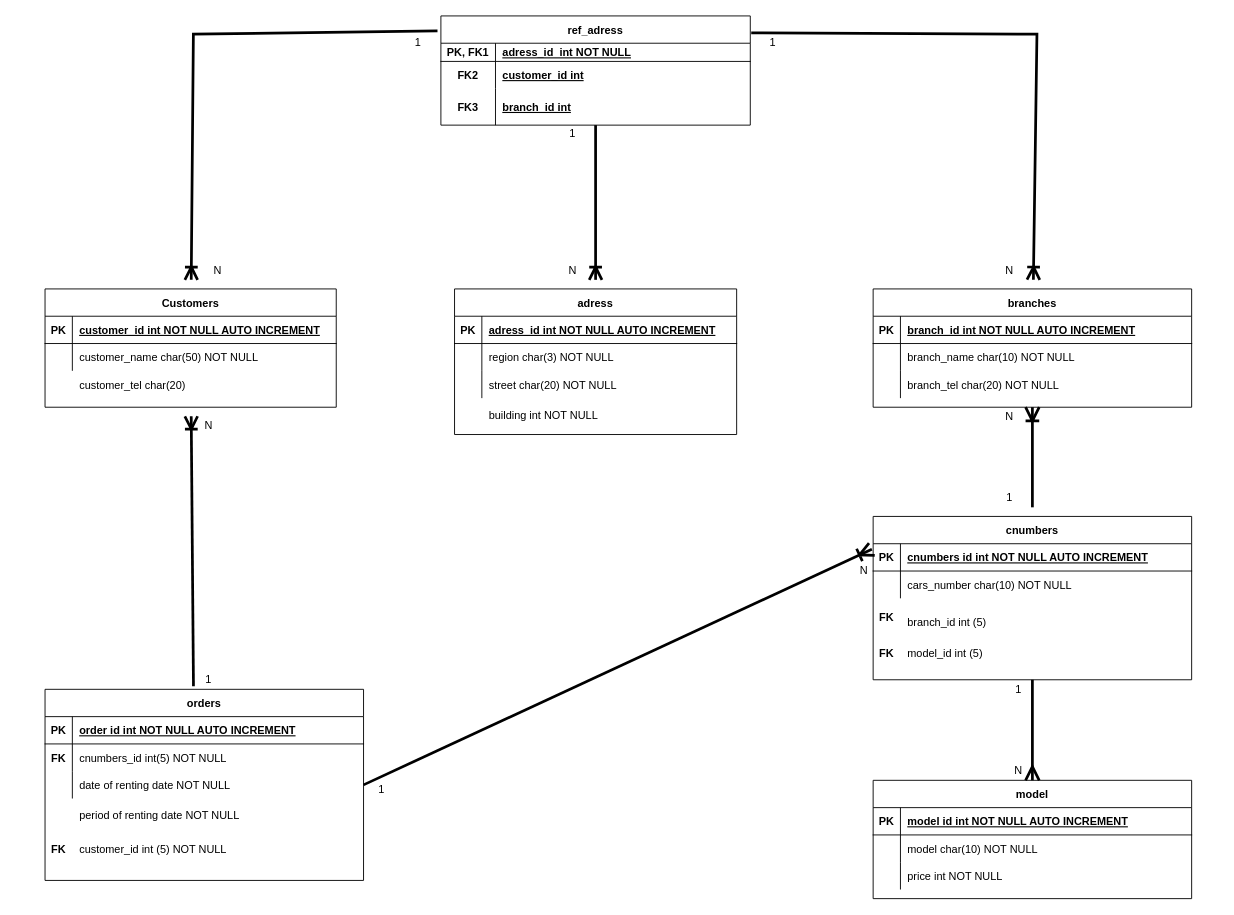
Earlier version of the draw.io diagram DB/proj.drawio (ho1331/python-education). Source tidied: cells renumbered, new cells numbered last; positions are measured from the earlier drawing's top-left corner, leaving out a move shared by most shapes. Both pictures are drawn from the tidied source at 91%, with x=0, y=0 at pixel (45, 15).
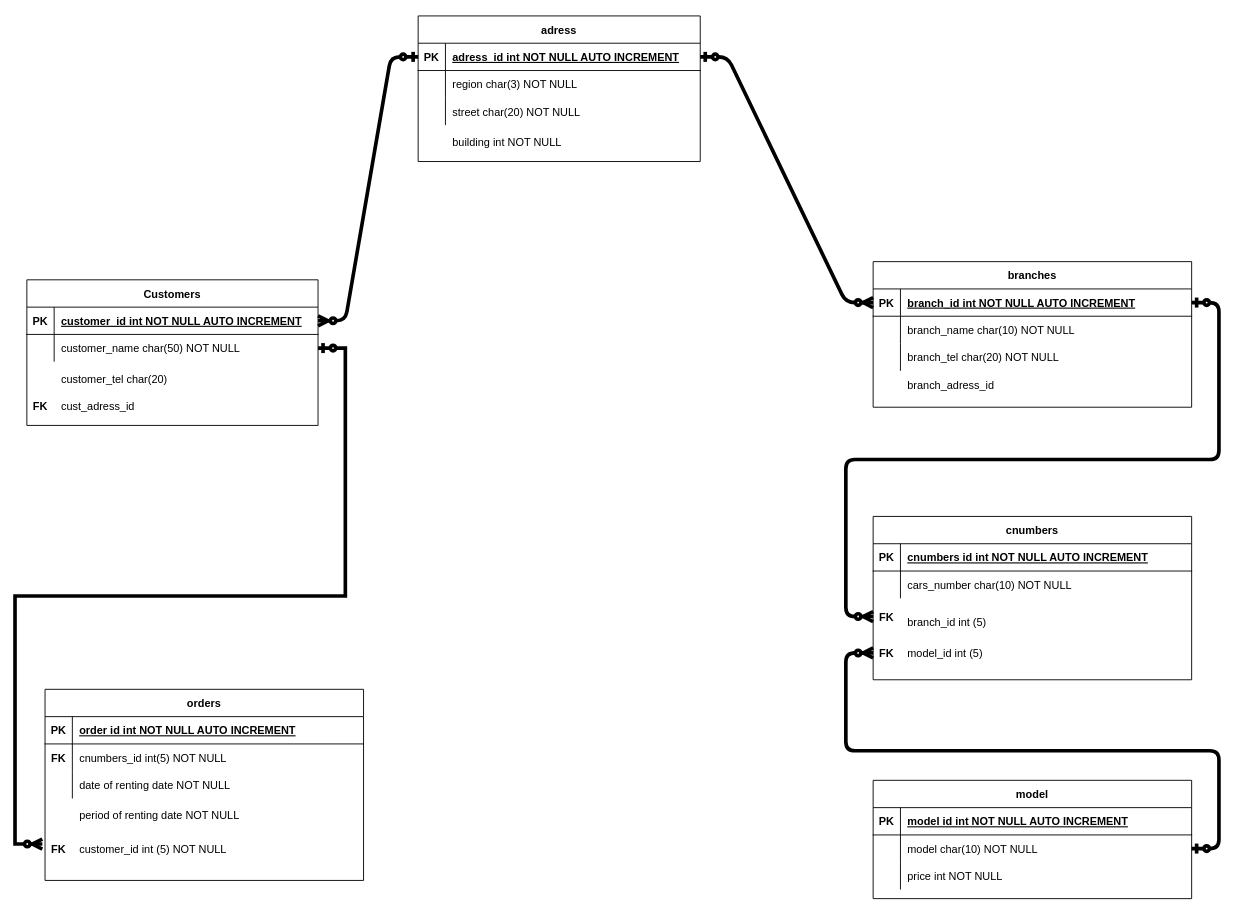
Above is the later version.

Unchanged cells that the change refers to:
```xml
<mxCell id="4" style="shape=partialRectangle;fillColor=none;points=[[0,0.5],[1,0.5]];portConstraint=eastwest;top=0;left=0;right=0;bottom=1;" parent="3" vertex="1">
  <mxGeometry y="30" width="350" height="30" as="geometry" />
</mxCell>
<mxCell id="25" style="shape=partialRectangle;fillColor=none;points=[[0,0.5],[1,0.5]];portConstraint=eastwest;top=0;left=0;right=0;bottom=1;" parent="24" vertex="1">
  <mxGeometry y="30" width="320" height="30" as="geometry" />
</mxCell>
<mxCell id="28" style="shape=partialRectangle;fillColor=none;points=[[0,0.5],[1,0.5]];portConstraint=eastwest;top=0;left=0;right=0;bottom=0;" parent="24" vertex="1">
  <mxGeometry y="60" width="320" height="30" as="geometry" />
</mxCell>
<mxCell id="34" value="model" style="shape=table;startSize=30;childLayout=tableLayout;rowLines=0;fontStyle=1;align=center;" parent="1" vertex="1">
  <mxGeometry x="910" y="840" width="350" height="130" as="geometry" />
</mxCell>
<mxCell id="38" style="shape=partialRectangle;fillColor=none;points=[[0,0.5],[1,0.5]];portConstraint=eastwest;top=0;left=0;right=0;bottom=0;" parent="34" vertex="1">
  <mxGeometry y="60" width="350" height="30" as="geometry" />
</mxCell>
<mxCell id="46" value="adress" style="shape=table;startSize=30;childLayout=tableLayout;rowLines=0;fontStyle=1;align=center;" parent="45" vertex="1">
  <mxGeometry width="310" height="160" as="geometry" />
</mxCell>
<mxCell id="47" style="shape=partialRectangle;fillColor=none;points=[[0,0.5],[1,0.5]];portConstraint=eastwest;top=0;left=0;right=0;bottom=1;" parent="46" vertex="1">
  <mxGeometry y="30" width="310" height="30" as="geometry" />
</mxCell>
<mxCell id="57" style="group;" parent="1" vertex="1">
  <mxGeometry x="910" y="550" width="350" height="290" as="geometry" />
</mxCell>
<mxCell id="58" style="group;" parent="57" vertex="1">
  <mxGeometry width="350" height="248.6" as="geometry" />
</mxCell>
<mxCell id="60" value="cnumbers" style="shape=table;startSize=30;childLayout=tableLayout;rowLines=0;fontStyle=1;align=center;" parent="59" vertex="1">
  <mxGeometry width="350" height="179.5" as="geometry" />
</mxCell>
<mxCell id="61" style="shape=partialRectangle;fillColor=none;points=[[0,0.5],[1,0.5]];portConstraint=eastwest;top=0;left=0;right=0;bottom=1;" parent="60" vertex="1">
  <mxGeometry y="30" width="350" height="30" as="geometry" />
</mxCell>
<mxCell id="75" value="orders" style="shape=table;startSize=30;childLayout=tableLayout;rowLines=0;fontStyle=1;align=center;" parent="74" vertex="1">
  <mxGeometry width="350" height="210" as="geometry" />
</mxCell>
<mxCell id="82" style="shape=partialRectangle;fillColor=none;points=[[0,0.5],[1,0.5]];portConstraint=eastwest;top=0;left=0;right=0;bottom=0;" parent="75" vertex="1">
  <mxGeometry y="90" width="350" height="30" as="geometry" />
</mxCell>
```

Diff of the diagram source:
```diff
@@
-    <mxCell id="2" style="edgeStyle=none;rounded=0;jumpSize=9;jettySize=auto;html=1;entryX=1.003;entryY=0.155;entryDx=0;entryDy=0;startArrow=ERoneToMany;startFill=0;endArrow=none;endFill=0;startSize=10;endSize=11;sourcePerimeterSpacing=10;targetPerimeterSpacing=10;strokeWidth=3;entryPerimeter=0;" parent="1" edge="1" source="3" target="13">
-      <mxGeometry relative="1" as="geometry">
-        <Array as="points">
-          <mxPoint x="1090" y="20" />
-        </Array>
-      </mxGeometry>
-    </mxCell>
     <mxCell id="3" value="branches" style="shape=table;startSize=30;childLayout=tableLayout;rowLines=0;fontStyle=1;align=center;" parent="1" vertex="1">
-      <mxGeometry x="910" y="300" width="350" height="130" as="geometry" />
+      <mxGeometry x="910" y="270" width="350" height="160" as="geometry" />
     </mxCell>
@@
-    <mxCell id="13" value="ref_adress" style="shape=table;startSize=30;childLayout=tableLayout;rowLines=0;fontStyle=1;align=center;" parent="1" vertex="1">
-      <mxGeometry x="435" width="340" height="120" as="geometry" />
-    </mxCell>
-    <mxCell id="14" style="shape=partialRectangle;fillColor=none;top=0;left=0;bottom=1;right=0;" parent="13" vertex="1">
-      <mxGeometry y="30" width="340" height="20" as="geometry" />
-    </mxCell>
-    <mxCell id="15" value="PK, FK1" style="shape=partialRectangle;fillColor=none;top=0;left=0;bottom=0;right=0;fontStyle=1;overflow=hidden;" parent="14" vertex="1">
-      <mxGeometry width="60" height="20" as="geometry" />
-    </mxCell>
-    <mxCell id="16" value="adress_id  int NOT NULL" style="shape=partialRectangle;fillColor=none;top=0;left=0;bottom=0;right=0;align=left;spacingLeft=6;fontStyle=5;overflow=hidden;" parent="14" vertex="1">
-      <mxGeometry x="60" width="280" height="20" as="geometry" />
-    </mxCell>
-    <mxCell id="17" style="shape=partialRectangle;fillColor=none;top=0;left=0;bottom=0;right=0;" parent="13" vertex="1">
-      <mxGeometry y="50" width="340" height="30" as="geometry" />
-    </mxCell>
-    <mxCell id="18" value="FK2" style="shape=partialRectangle;fillColor=none;top=0;left=0;bottom=0;right=0;fontStyle=1;overflow=hidden;" parent="17" vertex="1">
-      <mxGeometry width="60" height="30" as="geometry" />
-    </mxCell>
-    <mxCell id="19" value="customer_id int" style="shape=partialRectangle;fillColor=none;top=0;left=0;bottom=0;right=0;align=left;spacingLeft=6;fontStyle=5;overflow=hidden;" parent="17" vertex="1">
-      <mxGeometry x="60" width="280" height="30" as="geometry" />
-    </mxCell>
-    <mxCell id="20" style="shape=partialRectangle;fillColor=none;top=0;left=0;bottom=0;right=0;" parent="13" vertex="1">
-      <mxGeometry y="80" width="340" height="40" as="geometry" />
-    </mxCell>
-    <mxCell id="21" value="FK3" style="shape=partialRectangle;fillColor=none;top=0;left=0;bottom=0;right=0;overflow=hidden;fontStyle=1;" parent="20" vertex="1">
-      <mxGeometry width="60" height="40" as="geometry" />
-    </mxCell>
-    <mxCell id="22" value="branch_id int" style="shape=partialRectangle;fillColor=none;top=0;left=0;bottom=0;right=0;align=left;spacingLeft=6;overflow=hidden;fontStyle=5;" parent="20" vertex="1">
-      <mxGeometry x="60" width="280" height="40" as="geometry" />
-    </mxCell>
     <mxCell id="23" style="group;" parent="1" vertex="1">
-      <mxGeometry y="300" width="320" height="130" as="geometry" />
+      <mxGeometry x="-20" y="290" width="320" height="160" as="geometry" />
     </mxCell>
     <mxCell id="24" value="Customers" style="shape=table;startSize=30;childLayout=tableLayout;rowLines=0;fontStyle=1;align=center;" parent="23" vertex="1">
-      <mxGeometry width="320" height="130" as="geometry" />
+      <mxGeometry width="320" height="160" as="geometry" />
     </mxCell>
@@
     <mxCell id="31" style="shape=partialRectangle;fillColor=none;top=0;left=0;right=0;bottom=0;" parent="23" vertex="1">
-      <mxGeometry y="90" width="320" height="30" as="geometry" />
+      <mxGeometry y="90" width="320" height="36.9" as="geometry" />
     </mxCell>
     <mxCell id="32" style="shape=partialRectangle;overflow=hidden;fillColor=none;top=0;left=0;bottom=0;right=0;" parent="31" vertex="1">
-      <mxGeometry width="30" height="30" as="geometry" />
+      <mxGeometry width="30" height="36.9" as="geometry" />
     </mxCell>
     <mxCell id="33" value="customer_tel char(20)" style="shape=partialRectangle;overflow=hidden;fillColor=none;top=0;left=0;bottom=0;right=0;align=left;spacingLeft=6;" parent="31" vertex="1">
-      <mxGeometry x="30" width="290" height="30" as="geometry" />
+      <mxGeometry x="30" width="290" height="36.9" as="geometry" />
     </mxCell>
+    <mxCell id="106" style="shape=partialRectangle;fillColor=none;top=0;left=0;right=0;bottom=0;" parent="23" vertex="1">
+      <mxGeometry y="120" width="320" height="36.9" as="geometry" />
+    </mxCell>
+    <mxCell id="107" style="shape=partialRectangle;overflow=hidden;fillColor=none;top=0;left=0;bottom=0;right=0;" parent="106" vertex="1">
+      <mxGeometry width="30" height="36.9" as="geometry" />
+    </mxCell>
+    <mxCell id="108" value="cust_adress_id" style="shape=partialRectangle;overflow=hidden;fillColor=none;top=0;left=0;bottom=0;right=0;align=left;spacingLeft=6;" parent="106" vertex="1">
+      <mxGeometry x="30" width="290" height="36.9" as="geometry" />
+    </mxCell>
+    <mxCell id="109" value="FK" style="shape=partialRectangle;overflow=hidden;fillColor=none;top=0;left=0;bottom=0;right=0;fontStyle=1;" parent="23" vertex="1">
+      <mxGeometry y="123.5" width="30" height="30" as="geometry" />
+    </mxCell>
@@
     <mxCell id="44" style="group;" parent="1" vertex="1">
-      <mxGeometry x="450" y="300" width="310" height="230" as="geometry" />
+      <mxGeometry x="410" width="310" height="230" as="geometry" />
     </mxCell>
@@
-    <mxCell id="70" value="1" style="text;html=1;strokeColor=none;fillColor=none;align=center;verticalAlign=middle;whiteSpace=wrap;rounded=0;" parent="58" vertex="1">
-      <mxGeometry x="140" y="179.5" width="40" height="20" as="geometry" />
-    </mxCell>
-    <mxCell id="71" value="N" style="text;html=1;strokeColor=none;fillColor=none;align=center;verticalAlign=middle;whiteSpace=wrap;rounded=0;" parent="57" vertex="1">
-      <mxGeometry x="140" y="270" width="40" height="20" as="geometry" />
-    </mxCell>
-    <mxCell id="72" style="edgeStyle=none;rounded=0;jumpSize=9;jettySize=auto;html=1;startArrow=ERoneToMany;startFill=0;endArrow=none;endFill=0;startSize=10;endSize=11;sourcePerimeterSpacing=10;targetPerimeterSpacing=10;strokeWidth=3;entryX=-0.011;entryY=0.137;entryDx=0;entryDy=0;entryPerimeter=0;" parent="1" edge="1" source="24" target="13">
-      <mxGeometry relative="1" as="geometry">
-        <Array as="points">
-          <mxPoint x="163" y="20" />
-        </Array>
-      </mxGeometry>
-    </mxCell>
-    <mxCell id="73" style="edgeStyle=none;rounded=0;jumpSize=9;jettySize=auto;html=1;entryX=0.5;entryY=1;entryDx=0;entryDy=0;startArrow=ERoneToMany;startFill=0;endArrow=none;endFill=0;startSize=10;endSize=11;sourcePerimeterSpacing=10;targetPerimeterSpacing=10;strokeWidth=3;" parent="1" edge="1" source="46" target="13">
-      <mxGeometry relative="1" as="geometry" />
-    </mxCell>
@@
-    <mxCell id="89" style="edgeStyle=none;rounded=0;jumpSize=9;jettySize=auto;html=1;entryX=0.466;entryY=-0.016;entryDx=0;entryDy=0;entryPerimeter=0;startArrow=ERoneToMany;startFill=0;endArrow=none;endFill=0;startSize=10;endSize=11;sourcePerimeterSpacing=10;targetPerimeterSpacing=10;strokeWidth=3;" parent="1" edge="1" source="24" target="75">
-      <mxGeometry relative="1" as="geometry" />
-    </mxCell>
-    <mxCell id="90" style="edgeStyle=none;rounded=0;jumpSize=9;jettySize=auto;html=1;entryX=-0.004;entryY=0.202;entryDx=0;entryDy=0;entryPerimeter=0;startArrow=none;startFill=0;endArrow=ERoneToMany;endFill=0;startSize=10;endSize=11;sourcePerimeterSpacing=10;targetPerimeterSpacing=10;strokeWidth=3;exitX=1;exitY=0.5;exitDx=0;exitDy=0;" parent="1" edge="1" source="82" target="61">
-      <mxGeometry relative="1" as="geometry" />
-    </mxCell>
+    <mxCell id="110" style="edgeStyle=entityRelationEdgeStyle;fontSize=12;html=1;endArrow=ERzeroToMany;startArrow=ERzeroToOne;strokeWidth=4;rounded=0;jumpStyle=none;exitX=1;exitY=0.5;exitDx=0;exitDy=0;" parent="1" edge="1" source="28">
+      <mxGeometry relative="1" as="geometry">
+        <mxPoint x="-3" y="910" as="targetPoint" />
+      </mxGeometry>
+    </mxCell>
+    <mxCell id="111" style="edgeStyle=entityRelationEdgeStyle;fontSize=12;html=1;endArrow=ERzeroToMany;startArrow=ERzeroToOne;strokeWidth=4;exitX=1;exitY=0.5;exitDx=0;exitDy=0;" parent="1" edge="1" source="4">
+      <mxGeometry relative="1" as="geometry">
+        <mxPoint x="910" y="660" as="targetPoint" />
+      </mxGeometry>
+    </mxCell>
@@
-    <mxCell id="92" style="edgeStyle=none;rounded=0;jumpSize=9;jettySize=auto;html=1;entryX=0.5;entryY=1;entryDx=0;entryDy=0;startArrow=none;startFill=0;endArrow=ERoneToMany;endFill=0;startSize=10;endSize=11;sourcePerimeterSpacing=10;targetPerimeterSpacing=10;strokeWidth=3;" parent="1" edge="1" source="60" target="3">
-      <mxGeometry relative="1" as="geometry" />
-    </mxCell>
-    <mxCell id="93" style="edgeStyle=none;rounded=0;jumpSize=9;jettySize=auto;html=1;exitX=0.5;exitY=1;exitDx=0;exitDy=0;entryX=0.5;entryY=0;entryDx=0;entryDy=0;startArrow=none;startFill=0;endArrow=ERmany;endFill=0;startSize=10;endSize=11;sourcePerimeterSpacing=10;targetPerimeterSpacing=10;strokeWidth=3;" parent="1" edge="1" source="60" target="34">
-      <mxGeometry relative="1" as="geometry" />
-    </mxCell>
-    <mxCell id="94" value="1" style="text;html=1;strokeColor=none;fillColor=none;align=center;verticalAlign=middle;whiteSpace=wrap;rounded=0;" parent="1" vertex="1">
-      <mxGeometry x="390" y="20" width="40" height="20" as="geometry" />
-    </mxCell>
-    <mxCell id="95" value="1" style="text;html=1;strokeColor=none;fillColor=none;align=center;verticalAlign=middle;whiteSpace=wrap;rounded=0;" parent="1" vertex="1">
-      <mxGeometry x="560" y="120" width="40" height="20" as="geometry" />
-    </mxCell>
-    <mxCell id="96" value="1" style="text;html=1;strokeColor=none;fillColor=none;align=center;verticalAlign=middle;whiteSpace=wrap;rounded=0;" parent="1" vertex="1">
-      <mxGeometry x="780" y="20" width="40" height="20" as="geometry" />
-    </mxCell>
-    <mxCell id="97" value="1" style="text;html=1;strokeColor=none;fillColor=none;align=center;verticalAlign=middle;whiteSpace=wrap;rounded=0;" parent="1" vertex="1">
-      <mxGeometry x="1040" y="520" width="40" height="20" as="geometry" />
-    </mxCell>
-    <mxCell id="98" value="1" style="text;html=1;strokeColor=none;fillColor=none;align=center;verticalAlign=middle;whiteSpace=wrap;rounded=0;" parent="1" vertex="1">
-      <mxGeometry x="350" y="840" width="40" height="20" as="geometry" />
-    </mxCell>
-    <mxCell id="99" value="1" style="text;html=1;strokeColor=none;fillColor=none;align=center;verticalAlign=middle;whiteSpace=wrap;rounded=0;" parent="1" vertex="1">
-      <mxGeometry x="160" y="720" width="40" height="20" as="geometry" />
-    </mxCell>
-    <mxCell id="100" value="N" style="text;html=1;strokeColor=none;fillColor=none;align=center;verticalAlign=middle;whiteSpace=wrap;rounded=0;" parent="1" vertex="1">
-      <mxGeometry x="170" y="270" width="40" height="20" as="geometry" />
-    </mxCell>
-    <mxCell id="101" value="N" style="text;html=1;strokeColor=none;fillColor=none;align=center;verticalAlign=middle;whiteSpace=wrap;rounded=0;" parent="1" vertex="1">
-      <mxGeometry x="160" y="440" width="40" height="20" as="geometry" />
-    </mxCell>
-    <mxCell id="102" value="N" style="text;html=1;strokeColor=none;fillColor=none;align=center;verticalAlign=middle;whiteSpace=wrap;rounded=0;" parent="1" vertex="1">
-      <mxGeometry x="560" y="270" width="40" height="20" as="geometry" />
-    </mxCell>
-    <mxCell id="103" value="N" style="text;html=1;strokeColor=none;fillColor=none;align=center;verticalAlign=middle;whiteSpace=wrap;rounded=0;" parent="1" vertex="1">
-      <mxGeometry x="1040" y="270" width="40" height="20" as="geometry" />
-    </mxCell>
-    <mxCell id="104" value="N" style="text;html=1;strokeColor=none;fillColor=none;align=center;verticalAlign=middle;whiteSpace=wrap;rounded=0;" parent="1" vertex="1">
-      <mxGeometry x="1040" y="430" width="40" height="20" as="geometry" />
-    </mxCell>
-    <mxCell id="105" value="N" style="text;html=1;strokeColor=none;fillColor=none;align=center;verticalAlign=middle;whiteSpace=wrap;rounded=0;" parent="1" vertex="1">
-      <mxGeometry x="880" y="600" width="40" height="20" as="geometry" />
-    </mxCell>
+    <mxCell id="112" style="edgeStyle=entityRelationEdgeStyle;fontSize=12;html=1;endArrow=ERzeroToMany;startArrow=ERzeroToOne;strokeWidth=4;exitX=1;exitY=0.5;exitDx=0;exitDy=0;" parent="1" edge="1" source="38">
+      <mxGeometry relative="1" as="geometry">
+        <mxPoint x="910" y="700" as="targetPoint" />
+      </mxGeometry>
+    </mxCell>
+    <mxCell id="113" style="edgeStyle=entityRelationEdgeStyle;fontSize=12;html=1;endArrow=ERzeroToMany;startArrow=ERzeroToOne;strokeWidth=4;exitX=0;exitY=0.5;exitDx=0;exitDy=0;" parent="1" edge="1" source="47" target="25">
+      <mxGeometry relative="1" as="geometry" />
+    </mxCell>
+    <mxCell id="114" style="shape=partialRectangle;fillColor=none;top=0;left=0;right=0;bottom=0;" parent="1" vertex="1">
+      <mxGeometry x="910" y="390" width="350" height="30" as="geometry" />
+    </mxCell>
+    <mxCell id="115" style="shape=partialRectangle;overflow=hidden;fillColor=none;top=0;left=0;bottom=0;right=0;" parent="114" vertex="1">
+      <mxGeometry width="30" height="30" as="geometry" />
+    </mxCell>
+    <mxCell id="116" value="branch_adress_id" style="shape=partialRectangle;overflow=hidden;fillColor=none;top=0;left=0;bottom=0;right=0;align=left;spacingLeft=6;" parent="114" vertex="1">
+      <mxGeometry x="30" width="320" height="30" as="geometry" />
+    </mxCell>
+    <mxCell id="117" style="edgeStyle=entityRelationEdgeStyle;fontSize=12;html=1;endArrow=ERzeroToMany;startArrow=ERzeroToOne;strokeWidth=4;entryX=0;entryY=0.5;entryDx=0;entryDy=0;exitX=1;exitY=0.5;exitDx=0;exitDy=0;" parent="1" edge="1" source="47" target="4">
+      <mxGeometry relative="1" as="geometry" />
+    </mxCell>
```
